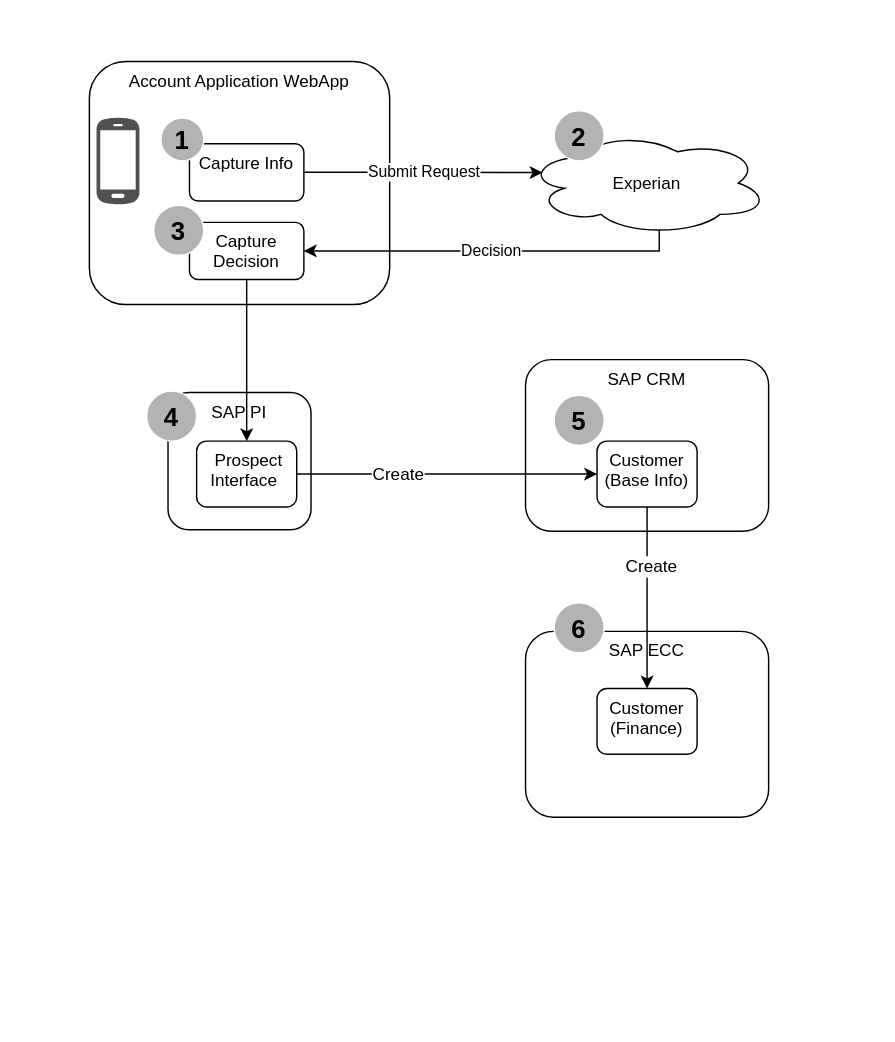
Earlier version of the draw.io diagram page "Accept" (1 of 2) of Account Application.drawio (mrf742002/Diagrams). Source tidied: cells renumbered, new cells numbered last; positions are measured from the earlier drawing's top-left corner, leaving out a move shared by most shapes. Both pictures are drawn from the tidied source at 143%, with x=0, y=0 at pixel (89, 61). Pictures stored in the file or linked from it are replaced by grey dashed boxes.
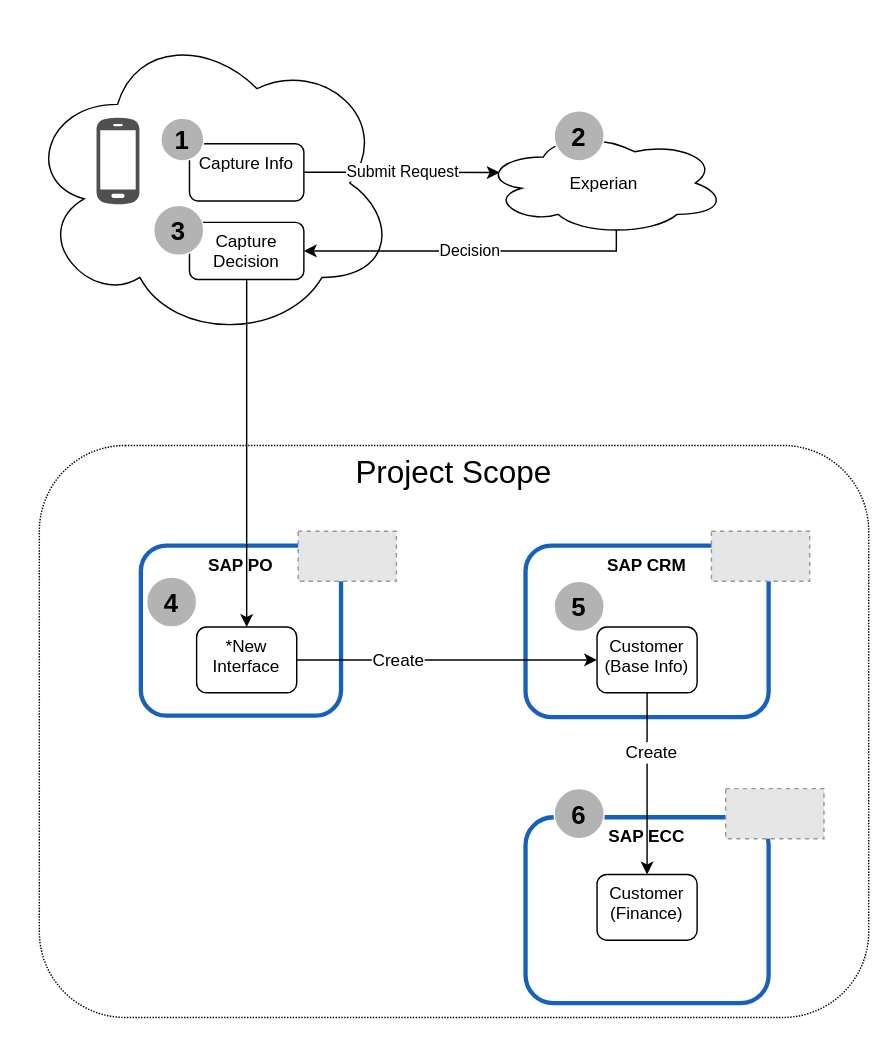
After the change.

The change refers to these unchanged cells:
```xml
<mxCell id="7" value="Capture Decision" style="rounded=1;whiteSpace=wrap;html=1;verticalAlign=top;" parent="1" vertex="1">
  <mxGeometry x="70" y="112" width="80" height="40" as="geometry" />
</mxCell>
```

Change to the diagram source:
```diff
@@
-    <mxCell id="2" value="Account Application WebApp" style="rounded=1;whiteSpace=wrap;html=1;verticalAlign=top;" parent="1" vertex="1">
-      <mxGeometry y="-0.5" width="210" height="170" as="geometry" />
-    </mxCell>
+    <mxCell id="26" value="&lt;font style=&quot;font-size: 22px&quot;&gt;Project Scope&lt;/font&gt;" style="rounded=1;whiteSpace=wrap;html=1;verticalAlign=top;dashed=1;dashPattern=1 1;" parent="1" vertex="1">
+      <mxGeometry x="-35" y="268" width="580" height="400" as="geometry" />
+    </mxCell>
+    <mxCell id="27" style="ellipse;shape=cloud;whiteSpace=wrap;html=1;strokeColor=#000000;strokeWidth=1;" parent="1" vertex="1">
+      <mxGeometry x="-45.3" y="-25.5" width="260" height="220" as="geometry" />
+    </mxCell>
@@
     <mxCell id="5" value="Decision" style="edgeStyle=orthogonalEdgeStyle;rounded=0;jettySize=auto;html=1;exitX=0.55;exitY=0.95;exitDx=0;exitDy=0;exitPerimeter=0;entryX=1;entryY=0.5;entryDx=0;entryDy=0;" parent="1" edge="1" source="6" target="7">
       <mxGeometry relative="1" as="geometry">
         <Array as="points">
-          <mxPoint x="399" y="132" />
+          <mxPoint x="369" y="132" />
         </Array>
       </mxGeometry>
     </mxCell>
     <mxCell id="6" value="Experian" style="ellipse;shape=cloud;whiteSpace=wrap;html=1;verticalAlign=middle;" parent="1" vertex="1">
-      <mxGeometry x="305" y="48" width="170" height="73" as="geometry" />
+      <mxGeometry x="275" y="48" width="170" height="73" as="geometry" />
     </mxCell>
@@
-    <mxCell id="8" value="SAP PI" style="rounded=1;whiteSpace=wrap;html=1;verticalAlign=top;" parent="1" vertex="1">
-      <mxGeometry x="55" y="231" width="100" height="96" as="geometry" />
+    <mxCell id="8" value="SAP PO" style="rounded=1;whiteSpace=wrap;html=1;verticalAlign=top;strokeWidth=3;strokeColor=#1661BE;fontStyle=1;" parent="1" vertex="1">
+      <mxGeometry x="36" y="338" width="140" height="119" as="geometry" />
     </mxCell>
-    <mxCell id="9" value="&amp;nbsp;Prospect Interface&amp;nbsp;" style="rounded=1;whiteSpace=wrap;html=1;verticalAlign=top;" parent="1" vertex="1">
-      <mxGeometry x="75" y="265" width="70" height="46" as="geometry" />
+    <mxCell id="9" value="*New Interface" style="rounded=1;whiteSpace=wrap;html=1;verticalAlign=top;" parent="1" vertex="1">
+      <mxGeometry x="75" y="395" width="70" height="46" as="geometry" />
     </mxCell>
-    <mxCell id="10" value="SAP CRM" style="rounded=1;whiteSpace=wrap;html=1;verticalAlign=top;" parent="1" vertex="1">
-      <mxGeometry x="305" y="208" width="170" height="120" as="geometry" />
+    <mxCell id="10" value="&lt;b&gt;SAP CRM&lt;/b&gt;" style="rounded=1;whiteSpace=wrap;html=1;verticalAlign=top;strokeWidth=3;strokeColor=#1661BE;" parent="1" vertex="1">
+      <mxGeometry x="305" y="338" width="170" height="120" as="geometry" />
     </mxCell>
     <mxCell id="11" value="Customer (Base Info)" style="rounded=1;whiteSpace=wrap;html=1;verticalAlign=top;" parent="1" vertex="1">
-      <mxGeometry x="355" y="265" width="70" height="46" as="geometry" />
+      <mxGeometry x="355" y="395" width="70" height="46" as="geometry" />
     </mxCell>
-    <mxCell id="12" value="SAP ECC" style="rounded=1;whiteSpace=wrap;html=1;verticalAlign=top;" parent="1" vertex="1">
-      <mxGeometry x="305" y="398" width="170" height="130" as="geometry" />
+    <mxCell id="12" value="SAP ECC" style="rounded=1;whiteSpace=wrap;html=1;verticalAlign=top;strokeWidth=3;strokeColor=#1661BE;fontStyle=1;" parent="1" vertex="1">
+      <mxGeometry x="305" y="528" width="170" height="130" as="geometry" />
     </mxCell>
     <mxCell id="13" value="Customer&lt;br&gt;(Finance)" style="rounded=1;whiteSpace=wrap;html=1;verticalAlign=top;" parent="1" vertex="1">
-      <mxGeometry x="355" y="438" width="70" height="46" as="geometry" />
+      <mxGeometry x="355" y="568" width="70" height="46" as="geometry" />
     </mxCell>
@@
     <mxCell id="23" value="&lt;b&gt;&lt;font style=&quot;font-size: 18px&quot;&gt;4&lt;/font&gt;&lt;/b&gt;" style="ellipse;whiteSpace=wrap;html=1;strokeColor=#FFFFFF;fillColor=#B3B3B3;fontSize=20;" parent="1" vertex="1">
-      <mxGeometry x="40" y="230" width="35" height="35" as="geometry" />
+      <mxGeometry x="40" y="360" width="35" height="35" as="geometry" />
     </mxCell>
     <mxCell id="24" value="&lt;b&gt;&lt;font style=&quot;font-size: 18px&quot;&gt;5&lt;/font&gt;&lt;/b&gt;" style="ellipse;whiteSpace=wrap;html=1;strokeColor=#FFFFFF;fillColor=#B3B3B3;fontSize=20;" parent="1" vertex="1">
-      <mxGeometry x="325" y="233" width="35" height="35" as="geometry" />
+      <mxGeometry x="325" y="363" width="35" height="35" as="geometry" />
     </mxCell>
     <mxCell id="25" value="&lt;b&gt;&lt;font style=&quot;font-size: 18px&quot;&gt;6&lt;/font&gt;&lt;/b&gt;" style="ellipse;whiteSpace=wrap;html=1;strokeColor=#FFFFFF;fillColor=#B3B3B3;fontSize=20;" parent="1" vertex="1">
-      <mxGeometry x="325" y="378" width="35" height="35" as="geometry" />
+      <mxGeometry x="325" y="508" width="35" height="35" as="geometry" />
     </mxCell>
+    <mxCell id="28" style="fillColor=#E6E6E6;strokeColor=#999999;dashed=1;verticalLabelPosition=bottom;verticalAlign=top;" parent="1" vertex="1">
+      <mxGeometry x="146" y="328" width="68.7" height="35" as="geometry" />
+    </mxCell>
+    <mxCell id="29" style="fillColor=#E6E6E6;strokeColor=#999999;dashed=1;verticalLabelPosition=bottom;verticalAlign=top;" parent="1" vertex="1">
+      <mxGeometry x="435" y="328" width="68.7" height="35" as="geometry" />
+    </mxCell>
+    <mxCell id="30" style="fillColor=#E6E6E6;strokeColor=#999999;dashed=1;verticalLabelPosition=bottom;verticalAlign=top;" parent="1" vertex="1">
+      <mxGeometry x="445" y="508" width="68.7" height="35" as="geometry" />
+    </mxCell>
```
